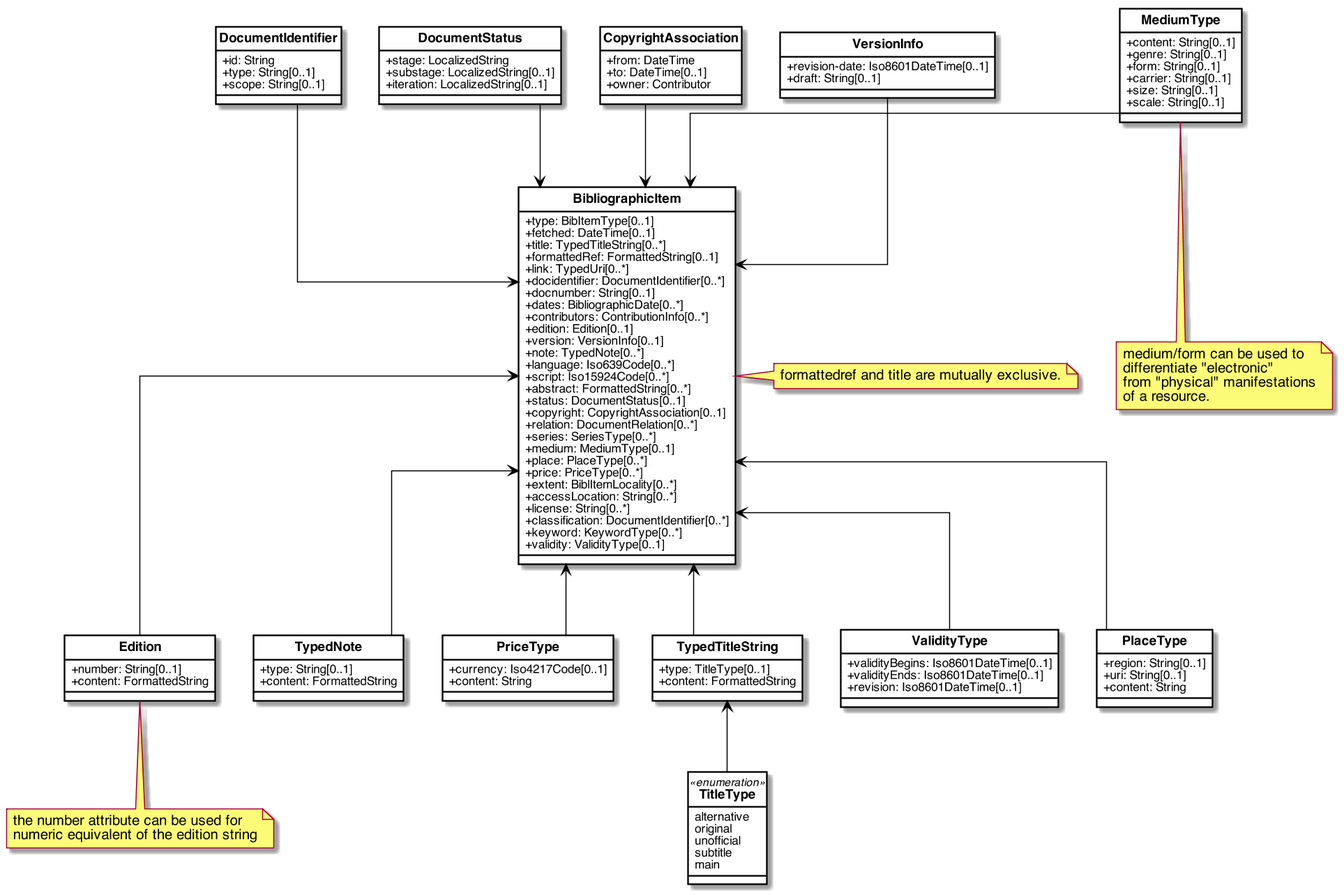
This is images/RelBib_BibliographicItem.png from relaton/relaton-models, a PlantUML export, as it was before one commit.
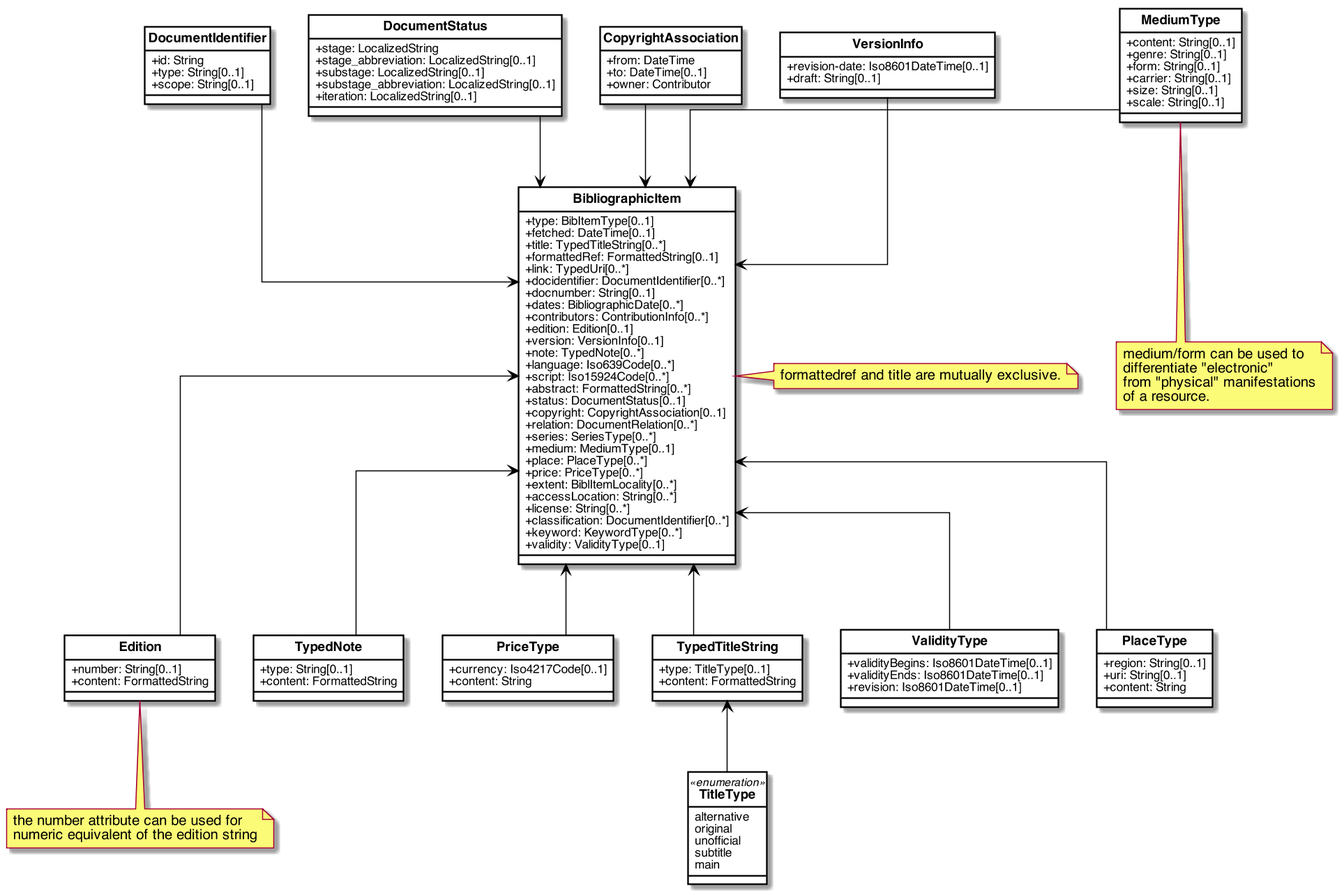
After the commit.

Diff of the diagram source:
```diff
@@ -90,7 +90,9 @@
 
 class DocumentStatus{
     +stage: LocalizedString
+    +stage_abbreviation: LocalizedString[0..1]
     +substage: LocalizedString[0..1]
+    +substage_abbreviation: LocalizedString[0..1]
     +iteration: LocalizedString[0..1]
 }
 
```
